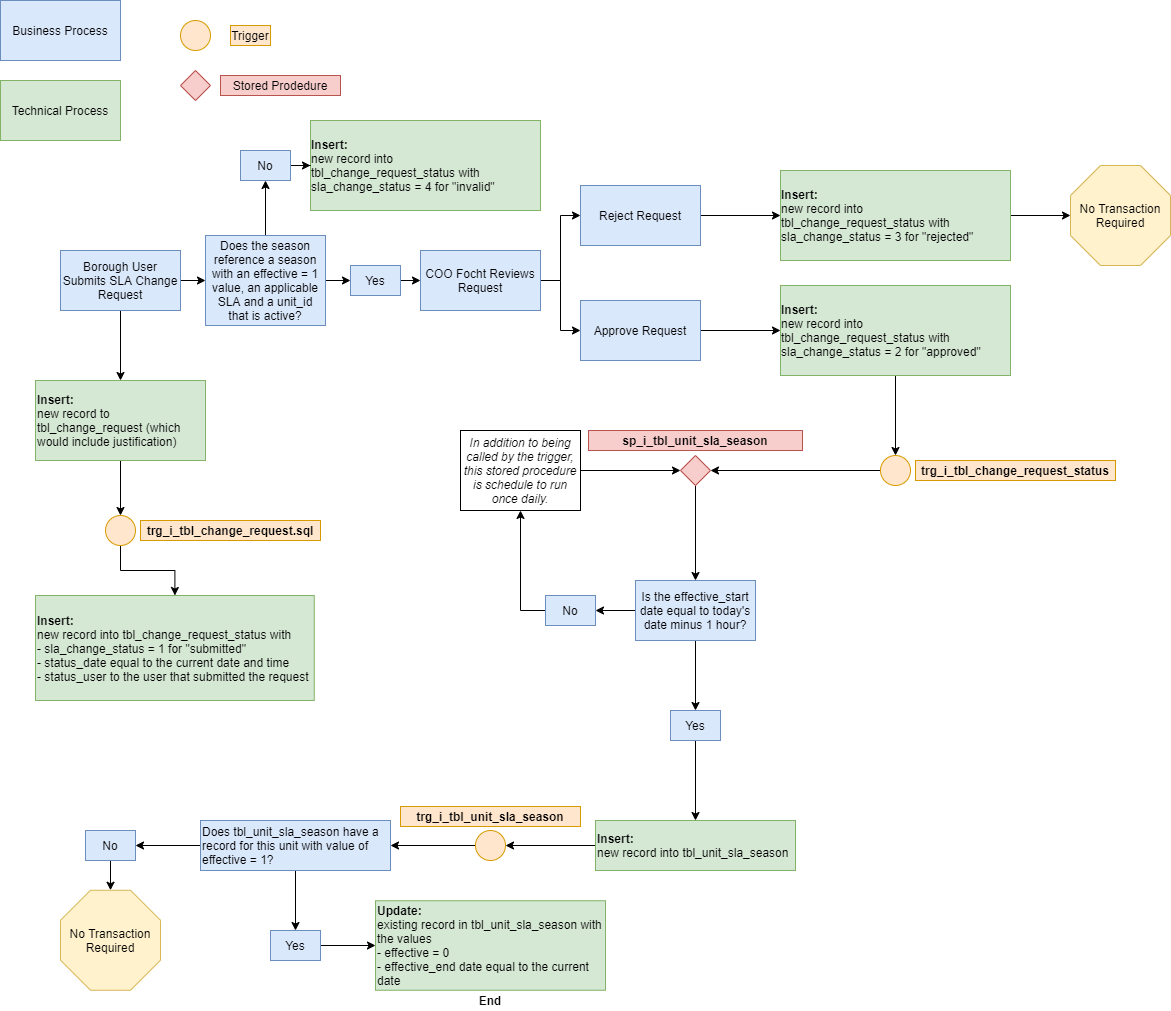
Before: images/trg_i_tbl_change_request.sql; trg_i_tbl_unit_sla_season.sql; sp_i_tbl_unit_sla_season_delay.sql.png, a diagram exported from draw.io (NYC-Parks/SLADB). Source tidied: cells renumbered, new cells last; positions are measured from the earlier drawing's top-left corner, leaving out a move shared by most shapes.
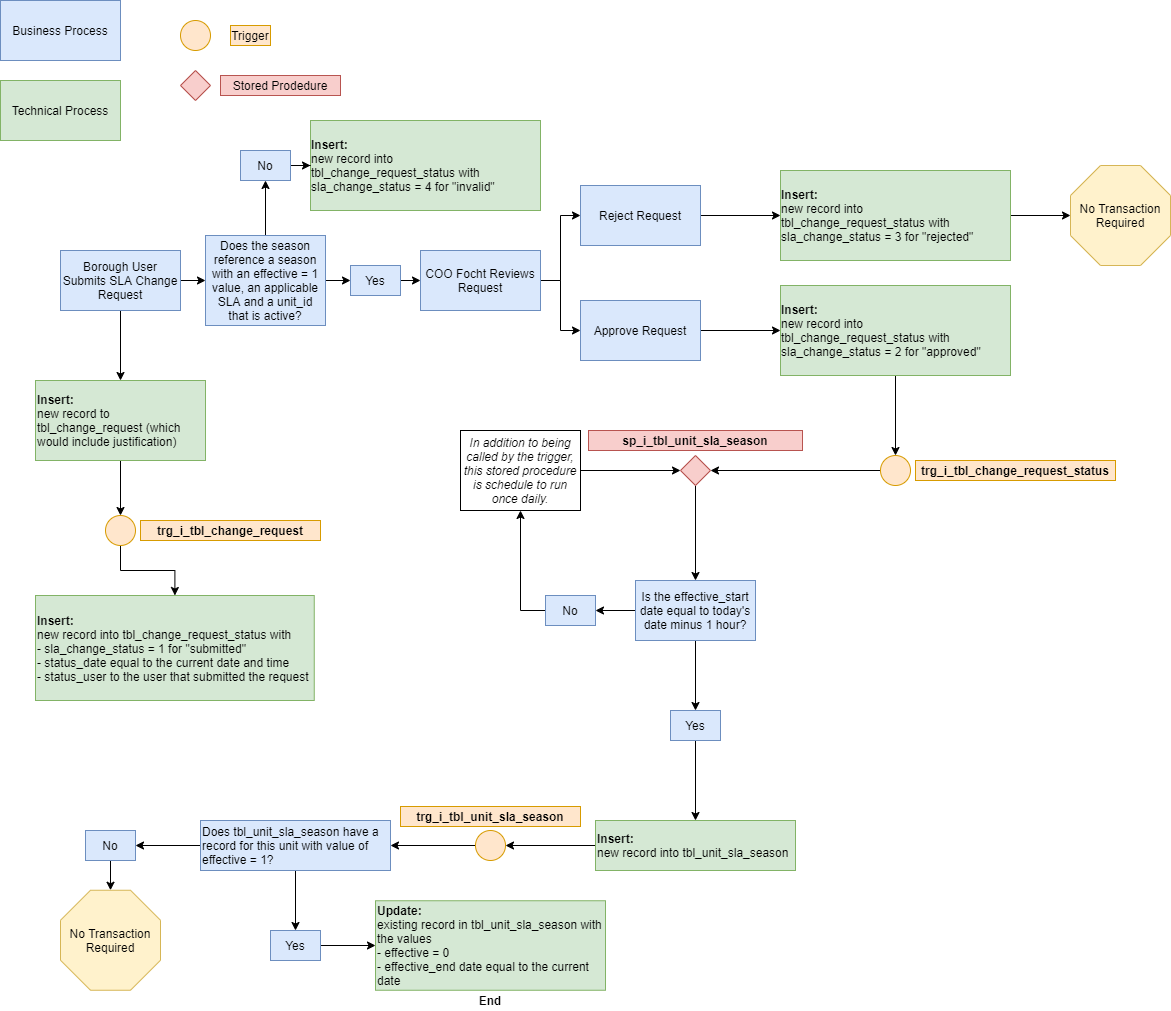
Later version of the same file.

What changed in the source:
```diff
@@ -80,7 +80,7 @@
     <mxCell id="27" style="edgeStyle=orthogonalEdgeStyle;rounded=0;orthogonalLoop=1;jettySize=auto;html=1;exitX=0.5;exitY=1;exitDx=0;exitDy=0;" parent="1" edge="1" source="19" target="19">
       <mxGeometry relative="1" as="geometry" />
     </mxCell>
-    <mxCell id="28" value="&lt;b&gt;trg_i_tbl_change_request.sql&lt;/b&gt;" style="text;html=1;strokeColor=#d79b00;fillColor=#ffe6cc;align=center;verticalAlign=middle;whiteSpace=wrap;rounded=0;" parent="1" vertex="1">
+    <mxCell id="28" value="&lt;b&gt;trg_i_tbl_change_request&lt;/b&gt;" style="text;html=1;strokeColor=#d79b00;fillColor=#ffe6cc;align=center;verticalAlign=middle;whiteSpace=wrap;rounded=0;" parent="1" vertex="1">
       <mxGeometry x="140" y="520" width="180" height="20" as="geometry" />
     </mxCell>
     <mxCell id="29" style="edgeStyle=orthogonalEdgeStyle;rounded=0;jettySize=auto;html=1;exitX=0.5;exitY=1;exitDx=0;exitDy=0;entryX=0.5;entryY=0;entryDx=0;entryDy=0;" parent="1" edge="1" source="30" target="36">
```
